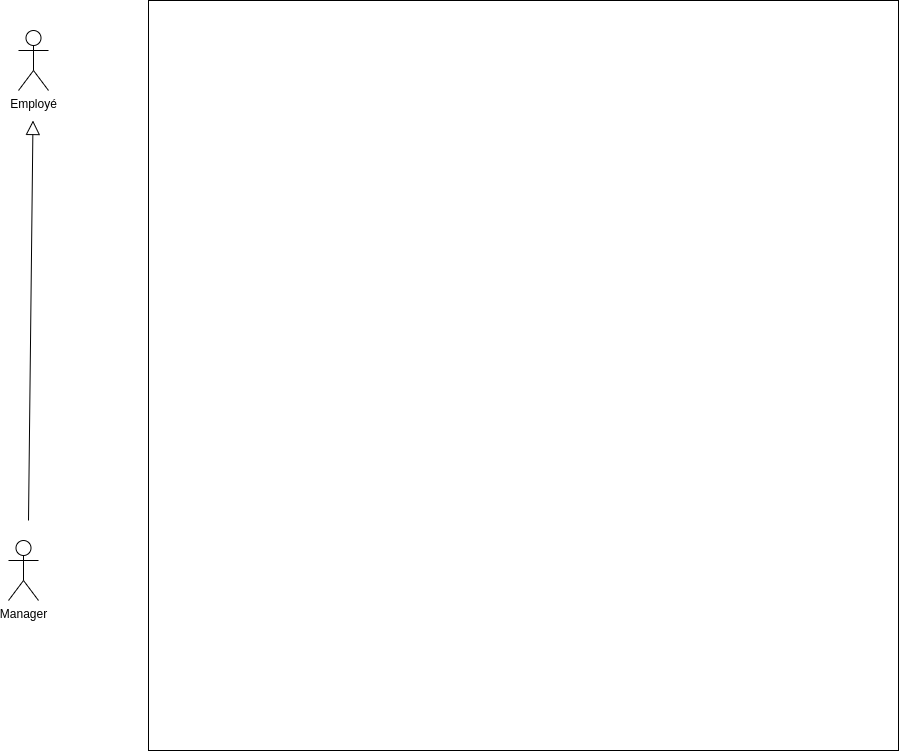
The draw.io diagram static/Diagramme de cas d'utilisation.drawio.png in Siluearsene/borne_biometrique, before a commit. Source tidied: cells renumbered, new cells last; positions are measured from the earlier drawing's top-left corner, leaving out a move shared by most shapes.
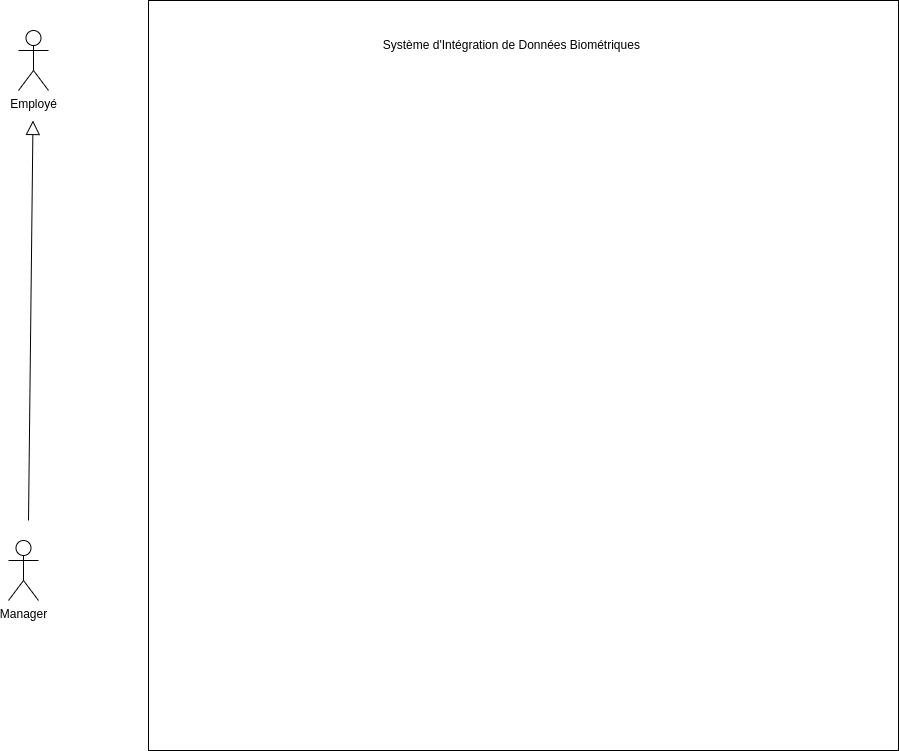
The same diagram one commit later.

Commit message:
Mettre à jour Diagramme de cas d'utilisation.drawio.png

Diff of the diagram source:
```diff
@@ -17,5 +17,8 @@
     <mxCell id="5" style="whiteSpace=wrap;html=1;" parent="1" vertex="1">
       <mxGeometry x="140" width="750" height="750" as="geometry" />
     </mxCell>
+    <mxCell id="6" value="Système d'Intégration de Données Biométriques&amp;nbsp;" style="text;html=1;strokeColor=none;fillColor=none;align=center;verticalAlign=middle;whiteSpace=wrap;rounded=0;" parent="1" vertex="1">
+      <mxGeometry x="270" y="30" width="470" height="30" as="geometry" />
+    </mxCell>
   </root>
 </mxGraphModel>
```
